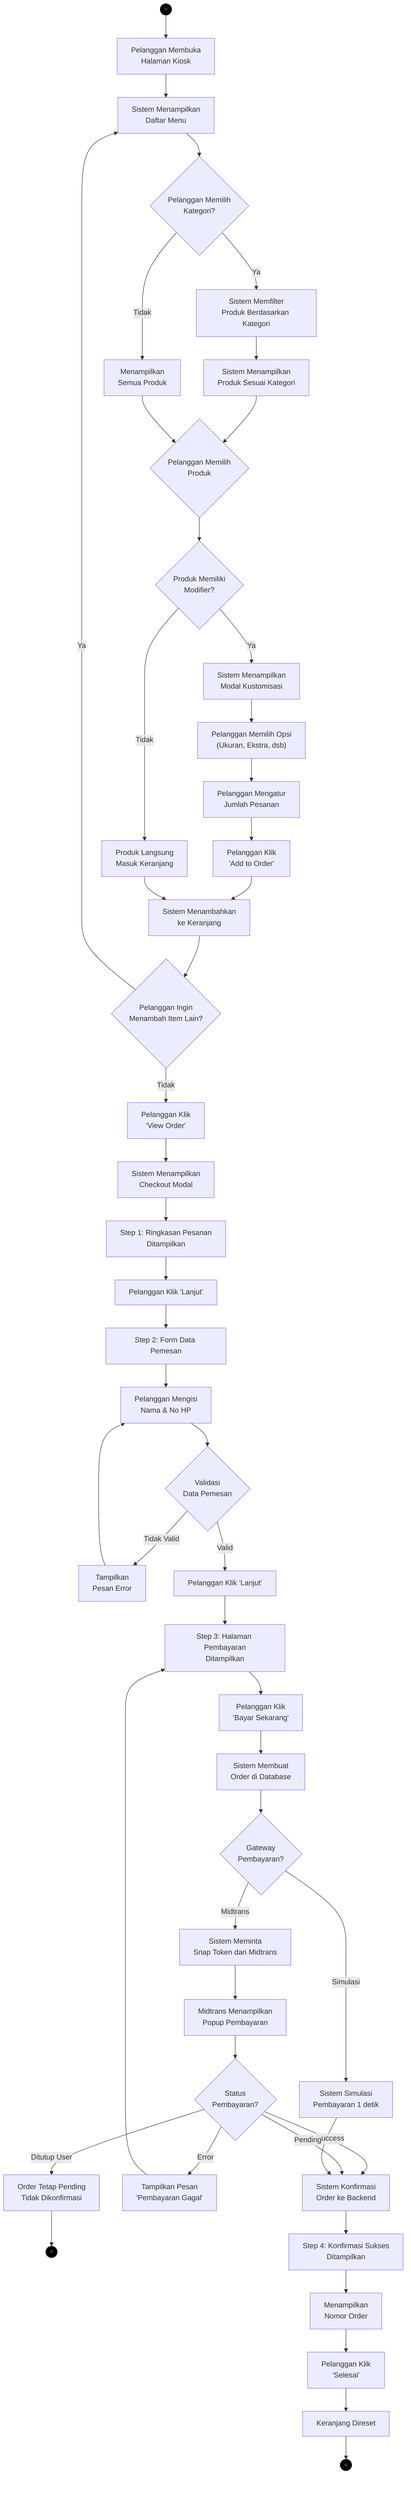
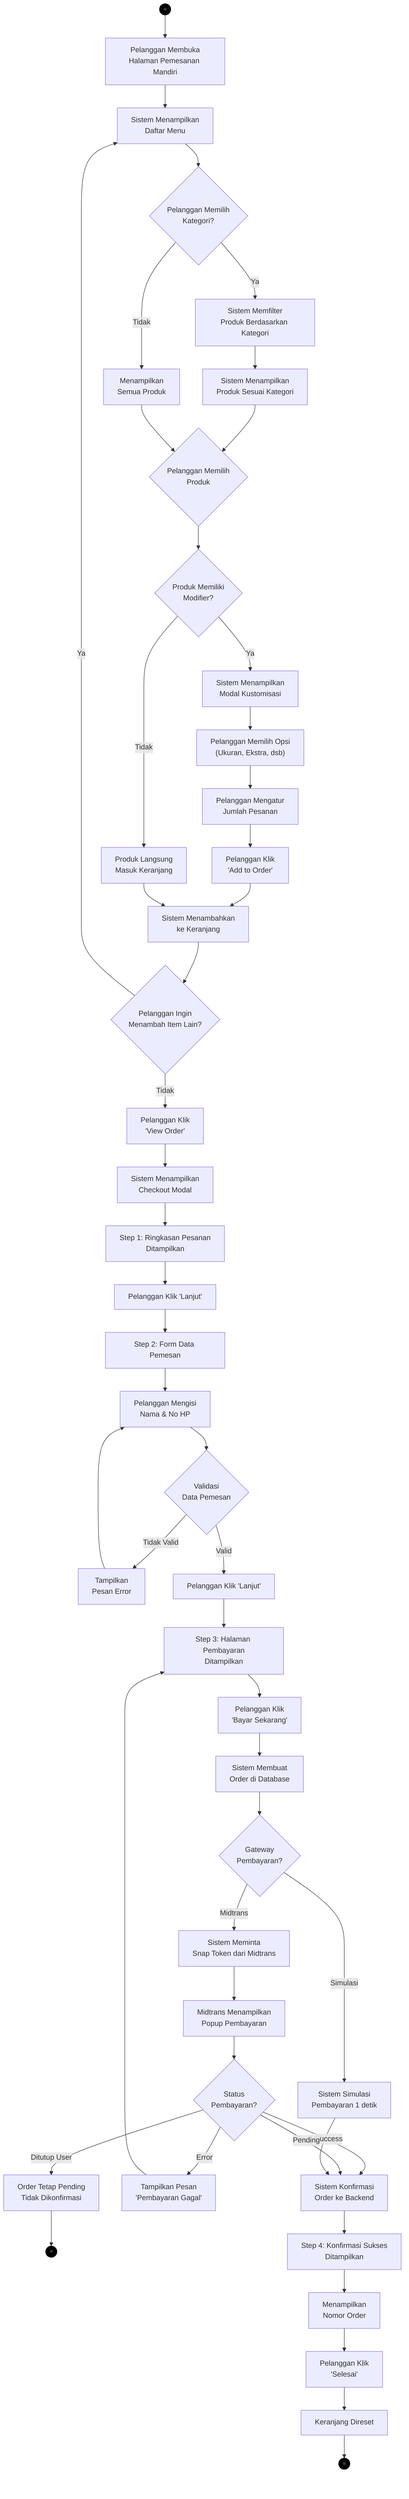
flowchart TD
-     Start((●)) --> A["Pelanggan Membuka\nHalaman Kiosk"]
+     Start((●)) --> A["Pelanggan Membuka\nHalaman Pemesanan Mandiri"]
    A --> B["Sistem Menampilkan\nDaftar Menu"]
    B --> C{"Pelanggan Memilih\nKategori?"}
    C -->|Ya| D["Sistem Memfilter\nProduk Berdasarkan Kategori"]
    D --> E["Sistem Menampilkan\nProduk Sesuai Kategori"]
    C -->|Tidak| E2["Menampilkan\nSemua Produk"]
    E --> F{"Pelanggan Memilih\nProduk"}
    E2 --> F
    F --> G{"Produk Memiliki\nModifier?"}
    G -->|Ya| H["Sistem Menampilkan\nModal Kustomisasi"]
    H --> I["Pelanggan Memilih Opsi\n(Ukuran, Ekstra, dsb)"]
    I --> J["Pelanggan Mengatur\nJumlah Pesanan"]
    J --> K["Pelanggan Klik\n'Add to Order'"]
    G -->|Tidak| K2["Produk Langsung\nMasuk Keranjang"]
    K --> L["Sistem Menambahkan\nke Keranjang"]
    K2 --> L
    L --> M{"Pelanggan Ingin\nMenambah Item Lain?"}
    M -->|Ya| B
    M -->|Tidak| N["Pelanggan Klik\n'View Order'"]
    N --> O["Sistem Menampilkan\nCheckout Modal"]
    O --> P["Step 1: Ringkasan Pesanan\nDitampilkan"]
    P --> Q["Pelanggan Klik 'Lanjut'"]
    Q --> R["Step 2: Form Data Pemesan"]
    R --> S["Pelanggan Mengisi\nNama & No HP"]
    S --> T{"Validasi\nData Pemesan"}
    T -->|Tidak Valid| U["Tampilkan\nPesan Error"]
    U --> S
    T -->|Valid| V["Pelanggan Klik 'Lanjut'"]
    V --> W["Step 3: Halaman Pembayaran\nDitampilkan"]
    W --> X["Pelanggan Klik\n'Bayar Sekarang'"]
    X --> Y["Sistem Membuat\nOrder di Database"]
    Y --> Z{"Gateway\nPembayaran?"}
    Z -->|Midtrans| AA["Sistem Meminta\nSnap Token dari Midtrans"]
    AA --> AB["Midtrans Menampilkan\nPopup Pembayaran"]
    AB --> AC{"Status\nPembayaran?"}
    AC -->|Success| AD["Sistem Konfirmasi\nOrder ke Backend"]
    AC -->|Pending| AD
    AC -->|Error| AE["Tampilkan Pesan\n'Pembayaran Gagal'"]
    AE --> W
    AC -->|Ditutup User| AF["Order Tetap Pending\nTidak Dikonfirmasi"]
    AF --> End2((●))
    Z -->|Simulasi| AG["Sistem Simulasi\nPembayaran 1 detik"]
    AG --> AD
    AD --> AH["Step 4: Konfirmasi Sukses\nDitampilkan"]
    AH --> AI["Menampilkan\nNomor Order"]
    AI --> AJ["Pelanggan Klik\n'Selesai'"]
    AJ --> AK["Keranjang Direset"]
    AK --> End((●))

    style Start fill:#000,stroke:#000
    style End fill:#000,stroke:#000
    style End2 fill:#000,stroke:#000
